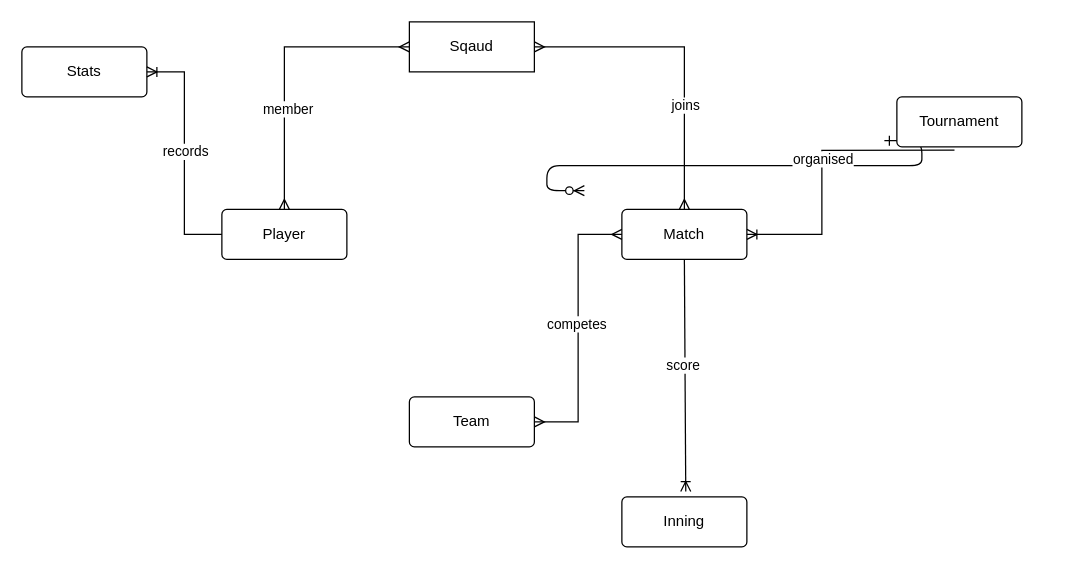
Above: page "Conceptual Diagram" (1 of 2) of PracticeDatabaseDesigns.drawio in Devekr63/EssentialSQLSamples (draw.io), before the change. Source tidied: cells renumbered, new cells numbered last; positions are measured from the earlier drawing's top-left corner, leaving out a move shared by most shapes. Both pictures are drawn from the tidied source at 125%, with x=0, y=0 at pixel (21, 21).
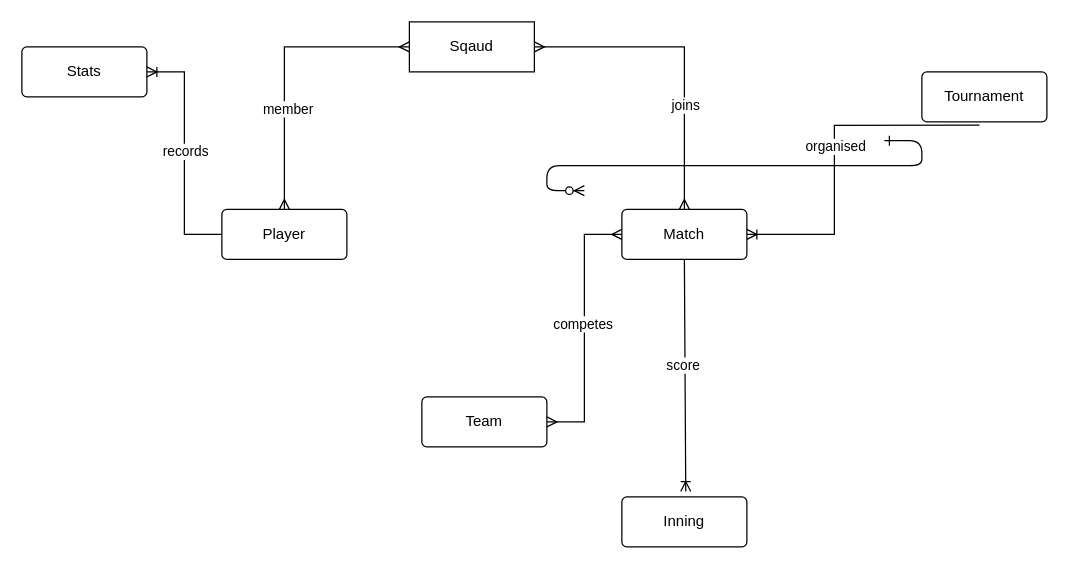
The same page after the edit.

The change refers to these unchanged cells:
```xml
<mxCell id="8" value="Match" style="rounded=1;arcSize=10;whiteSpace=wrap;html=1;align=center;" parent="1" vertex="1">
  <mxGeometry x="480" y="150" width="100" height="40" as="geometry" />
</mxCell>
```

Change to the diagram source:
```diff
@@
     <mxCell id="4" value="Team" style="rounded=1;arcSize=10;whiteSpace=wrap;html=1;align=center;" parent="1" vertex="1">
-      <mxGeometry x="310" y="300" width="100" height="40" as="geometry" />
+      <mxGeometry x="320" y="300" width="100" height="40" as="geometry" />
     </mxCell>
@@
     <mxCell id="7" value="Tournament" style="rounded=1;arcSize=10;whiteSpace=wrap;html=1;align=center;" parent="1" vertex="1">
-      <mxGeometry x="700" y="60" width="100" height="40" as="geometry" />
+      <mxGeometry x="720" y="40" width="100" height="40" as="geometry" />
     </mxCell>
@@
-    <mxCell id="9" style="edgeStyle=orthogonalEdgeStyle;fontSize=12;html=1;endArrow=ERmany;startArrow=ERmany;rounded=0;exitX=1;exitY=0.5;exitDx=0;exitDy=0;entryX=0;entryY=0.5;entryDx=0;entryDy=0;" parent="1" edge="1" source="4" target="8">
+    <mxCell id="9" style="edgeStyle=entityRelationEdgeStyle;fontSize=12;html=1;endArrow=ERmany;startArrow=ERmany;rounded=0;exitX=1;exitY=0.5;exitDx=0;exitDy=0;entryX=0;entryY=0.5;entryDx=0;entryDy=0;" parent="1" edge="1" source="4" target="8">
       <mxGeometry relative="1" as="geometry" />
     </mxCell>
```
